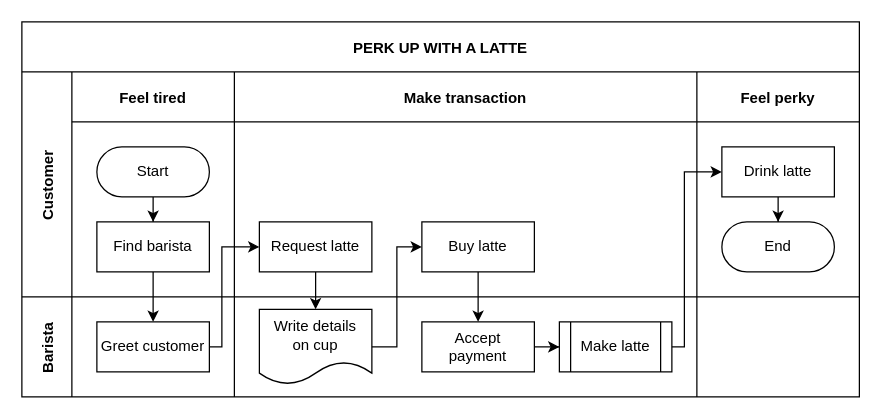
The draw.io diagram test_bp_hld.drawio in rustams/hld, before the edit. Source tidied: cells renumbered, new cells numbered last; positions are measured from the earlier drawing's top-left corner, leaving out a move shared by most shapes. Both pictures are drawn from the tidied source at 125%, with x=0, y=0 at pixel (21, 21).
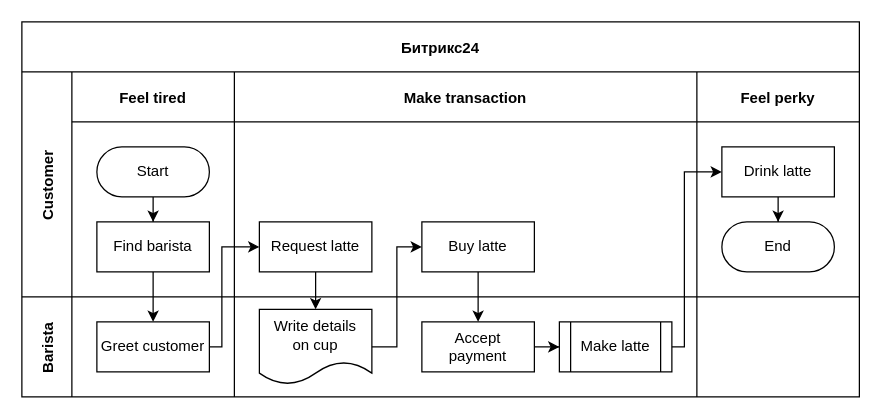
Above is the later version.

Change to the diagram source:
```diff
@@
-    <mxCell id="2" value="PERK UP WITH A LATTE" style="shape=table;childLayout=tableLayout;startSize=40;fillColor=none;fontStyle=1;" parent="1" vertex="1">
+    <mxCell id="2" value="Битрикс24" style="shape=table;childLayout=tableLayout;startSize=40;fillColor=none;fontStyle=1;" parent="1" vertex="1">
       <mxGeometry width="670" height="300" as="geometry" />
     </mxCell>
```
